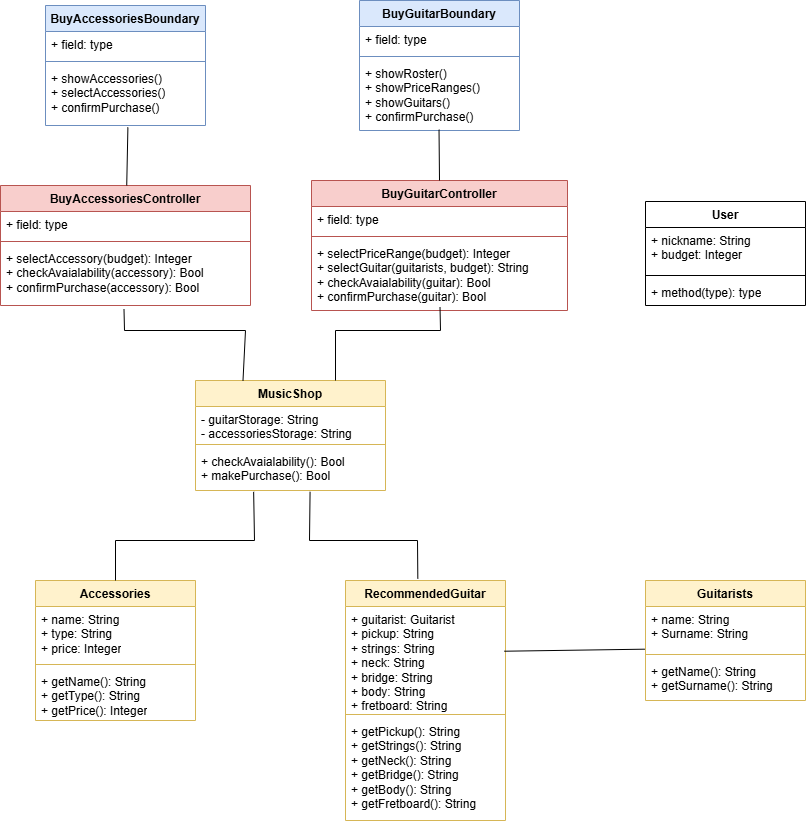
Before: diagrams/BCEM.drawio.png, a diagram exported from draw.io (TizianoLilli/ISPW-Project). Source tidied: cells renumbered, new cells last; positions are measured from the earlier drawing's top-left corner, leaving out a move shared by most shapes.
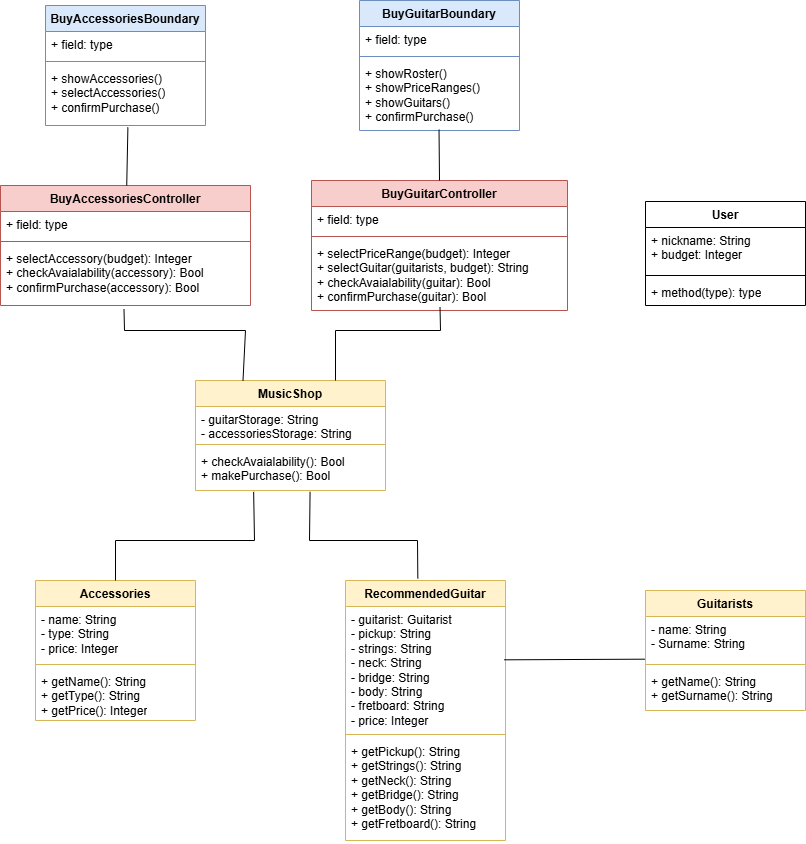
After the commit.

What changed in the source:
```diff
@@ -3,9 +3,9 @@
     <mxCell id="0" />
     <mxCell id="1" parent="0" />
     <mxCell id="2" value="Guitarists" style="swimlane;fontStyle=1;align=center;verticalAlign=top;horizontal=1;startSize=26;whiteSpace=wrap;html=1;fillColor=#fff2cc;strokeColor=#d6b656;" parent="1" vertex="1">
-      <mxGeometry x="645" y="580" width="160" height="120" as="geometry" />
+      <mxGeometry x="645" y="590" width="160" height="120" as="geometry" />
     </mxCell>
-    <mxCell id="3" value="+ name: String&lt;div&gt;+ Surname: String&lt;/div&gt;" style="text;strokeColor=none;fillColor=none;align=left;verticalAlign=top;spacingLeft=4;spacingRight=4;overflow=hidden;points=[[0,0.5],[1,0.5]];portConstraint=eastwest;whiteSpace=wrap;html=1;" parent="2" vertex="1">
+    <mxCell id="3" value="- name: String&lt;div&gt;- Surname: String&lt;/div&gt;" style="text;strokeColor=none;fillColor=none;align=left;verticalAlign=top;spacingLeft=4;spacingRight=4;overflow=hidden;points=[[0,0.5],[1,0.5]];portConstraint=eastwest;whiteSpace=wrap;html=1;" parent="2" vertex="1">
       <mxGeometry y="26" width="160" height="44" as="geometry" />
     </mxCell>
     <mxCell id="4" style="line;strokeWidth=1;fillColor=none;align=left;verticalAlign=middle;spacingTop=-1;spacingLeft=3;spacingRight=3;labelPosition=right;strokeColor=inherit;" parent="2" vertex="1">
@@ -15,16 +15,16 @@
       <mxGeometry y="78" width="160" height="42" as="geometry" />
     </mxCell>
     <mxCell id="6" value="RecommendedGuitar" style="swimlane;fontStyle=1;align=center;verticalAlign=top;horizontal=1;startSize=26;whiteSpace=wrap;html=1;fillColor=#fff2cc;strokeColor=#d6b656;" parent="1" vertex="1">
-      <mxGeometry x="345" y="580" width="160" height="240" as="geometry" />
+      <mxGeometry x="345" y="580" width="160" height="260" as="geometry" />
     </mxCell>
-    <mxCell id="7" value="+ guitarist: Guitarist&lt;div&gt;+ pickup: String&lt;/div&gt;&lt;div&gt;+ strings: String&lt;/div&gt;&lt;div&gt;+ neck: String&lt;/div&gt;&lt;div&gt;+ bridge: String&lt;/div&gt;&lt;div&gt;+ body: String&lt;/div&gt;&lt;div&gt;+ fretboard: String&lt;/div&gt;" style="text;strokeColor=none;fillColor=none;align=left;verticalAlign=top;spacingLeft=4;spacingRight=4;overflow=hidden;points=[[0,0.5],[1,0.5]];portConstraint=eastwest;whiteSpace=wrap;html=1;" parent="6" vertex="1">
-      <mxGeometry y="26" width="160" height="104" as="geometry" />
+    <mxCell id="7" value="- guitarist: Guitarist&lt;div&gt;- pickup: String&lt;/div&gt;&lt;div&gt;- strings: String&lt;/div&gt;&lt;div&gt;- neck: String&lt;/div&gt;&lt;div&gt;- bridge: String&lt;/div&gt;&lt;div&gt;- body: String&lt;/div&gt;&lt;div&gt;- fretboard: String&lt;/div&gt;&lt;div&gt;- price: Integer&lt;/div&gt;" style="text;strokeColor=none;fillColor=none;align=left;verticalAlign=top;spacingLeft=4;spacingRight=4;overflow=hidden;points=[[0,0.5],[1,0.5]];portConstraint=eastwest;whiteSpace=wrap;html=1;" parent="6" vertex="1">
+      <mxGeometry y="26" width="160" height="124" as="geometry" />
     </mxCell>
     <mxCell id="8" style="line;strokeWidth=1;fillColor=none;align=left;verticalAlign=middle;spacingTop=-1;spacingLeft=3;spacingRight=3;labelPosition=right;strokeColor=inherit;" parent="6" vertex="1">
-      <mxGeometry y="130" width="160" height="8" as="geometry" />
+      <mxGeometry y="150" width="160" height="8" as="geometry" />
     </mxCell>
     <mxCell id="9" value="+ getPickup(): String&lt;div&gt;+ getStrings()&lt;span style=&quot;background-color: initial;&quot;&gt;: String&lt;/span&gt;&lt;/div&gt;&lt;div&gt;+ getNeck()&lt;span style=&quot;background-color: initial;&quot;&gt;: String&lt;/span&gt;&lt;/div&gt;&lt;div&gt;+ getBridge()&lt;span style=&quot;background-color: initial;&quot;&gt;: String&lt;/span&gt;&lt;/div&gt;&lt;div&gt;+ getBody()&lt;span style=&quot;background-color: initial;&quot;&gt;: String&lt;/span&gt;&lt;/div&gt;&lt;div&gt;+ getFretboard(): String&lt;/div&gt;" style="text;strokeColor=none;fillColor=none;align=left;verticalAlign=top;spacingLeft=4;spacingRight=4;overflow=hidden;whiteSpace=wrap;html=1;" parent="6" vertex="1">
-      <mxGeometry y="138" width="160" height="102" as="geometry" />
+      <mxGeometry y="158" width="160" height="102" as="geometry" />
     </mxCell>
     <mxCell id="10" value="User" style="swimlane;fontStyle=1;align=center;verticalAlign=top;horizontal=1;startSize=26;whiteSpace=wrap;html=1;" parent="1" vertex="1">
       <mxGeometry x="645" y="201" width="160" height="104" as="geometry" />
@@ -83,7 +83,7 @@
     <mxCell id="28" value="Accessories" style="swimlane;fontStyle=1;align=center;verticalAlign=top;horizontal=1;startSize=26;whiteSpace=wrap;html=1;fillColor=#fff2cc;strokeColor=#d6b656;" parent="1" vertex="1">
       <mxGeometry x="35" y="580" width="160" height="140" as="geometry" />
     </mxCell>
-    <mxCell id="29" value="+ name: String&lt;div&gt;+ type: String&lt;/div&gt;&lt;div&gt;+ price: Integer&lt;/div&gt;" style="text;strokeColor=none;fillColor=none;align=left;verticalAlign=top;spacingLeft=4;spacingRight=4;overflow=hidden;whiteSpace=wrap;html=1;" parent="28" vertex="1">
+    <mxCell id="29" value="- name: String&lt;div&gt;- type: String&lt;/div&gt;&lt;div&gt;- price: Integer&lt;/div&gt;" style="text;strokeColor=none;fillColor=none;align=left;verticalAlign=top;spacingLeft=4;spacingRight=4;overflow=hidden;whiteSpace=wrap;html=1;" parent="28" vertex="1">
       <mxGeometry y="26" width="160" height="54" as="geometry" />
     </mxCell>
     <mxCell id="30" style="line;strokeWidth=1;fillColor=none;align=left;verticalAlign=middle;spacingTop=-1;spacingLeft=3;spacingRight=3;labelPosition=right;strokeColor=inherit;" parent="28" vertex="1">
```
